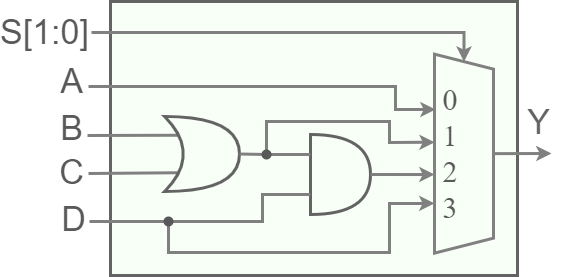
Before: Labs/Pic/multiplexors_3.png, a diagram exported from draw.io (MPSU/exAPS). Source tidied: cells renumbered, new cells last; positions are measured from the earlier drawing's top-left corner, leaving out a move shared by most shapes.
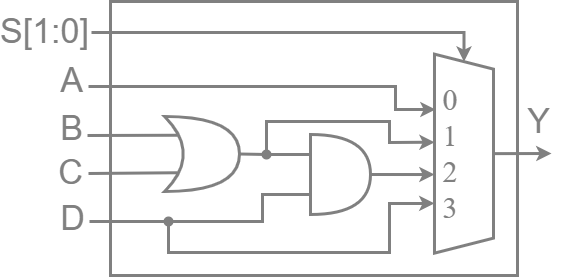
The same diagram one commit later.

Commit message:
Изменены картинки для Multiplexors.md

Diff of the diagram source:
```diff
@@ -2,39 +2,39 @@
   <root>
     <mxCell id="0" />
     <mxCell id="1" parent="0" />
-    <mxCell id="2" style="rounded=0;whiteSpace=wrap;html=1;labelBackgroundColor=none;strokeColor=#636363;strokeWidth=3;fontSize=34;fillColor=#F8FFF7;" parent="1" vertex="1">
+    <mxCell id="2" style="rounded=0;whiteSpace=wrap;html=1;labelBackgroundColor=none;strokeColor=#808080;strokeWidth=3;fontSize=34;fillColor=none;fontColor=#808080;" parent="1" vertex="1">
       <mxGeometry x="23" width="407" height="274" as="geometry" />
     </mxCell>
-    <mxCell id="3" style="shape=trapezoid;perimeter=trapezoidPerimeter;html=1;fixedSize=1;fontSize=12;rotation=90;size=14.999999999999886;fontFamily=Times New Roman;strokeColor=#808080;fontColor=#595959;whiteSpace=wrap;labelBackgroundColor=none;fillColor=none;strokeWidth=3;" parent="1" vertex="1">
+    <mxCell id="3" style="shape=trapezoid;perimeter=trapezoidPerimeter;html=1;fixedSize=1;fontSize=12;rotation=90;size=14.999999999999886;fontFamily=Times New Roman;strokeColor=#808080;fontColor=#808080;whiteSpace=wrap;labelBackgroundColor=none;fillColor=none;strokeWidth=3;" parent="1" vertex="1">
       <mxGeometry x="277" y="122.6" width="199" height="59" as="geometry" />
     </mxCell>
-    <mxCell id="4" value="&lt;font style=&quot;font-size: 30px;&quot;&gt;0&lt;br style=&quot;&quot;&gt;1&lt;br&gt;2&lt;br&gt;3&lt;br&gt;&lt;/font&gt;" style="text;html=1;strokeColor=none;fillColor=none;align=center;verticalAlign=middle;whiteSpace=wrap;rounded=0;fontSize=12;fontFamily=Times New Roman;fontColor=#595959;spacingTop=-1;spacing=-1;spacingLeft=0;strokeWidth=3;" parent="1" vertex="1">
+    <mxCell id="4" value="&lt;font style=&quot;font-size: 30px;&quot;&gt;0&lt;br style=&quot;&quot;&gt;1&lt;br&gt;2&lt;br&gt;3&lt;br&gt;&lt;/font&gt;" style="text;html=1;strokeColor=none;fillColor=none;align=center;verticalAlign=middle;whiteSpace=wrap;rounded=0;fontSize=12;fontFamily=Times New Roman;fontColor=#808080;spacingTop=-1;spacing=-1;spacingLeft=0;strokeWidth=3;" parent="1" vertex="1">
       <mxGeometry x="321" y="130.1" width="84.2" height="44.1" as="geometry" />
     </mxCell>
-    <mxCell id="5" style="endArrow=none;html=1;rounded=0;fontSize=12;startArrow=none;startFill=0;fontFamily=Times New Roman;strokeColor=#808080;fontColor=#595959;strokeWidth=3;exitX=0.175;exitY=0.25;exitDx=0;exitDy=0;exitPerimeter=0;" parent="1" edge="1" source="9">
+    <mxCell id="5" style="endArrow=none;html=1;rounded=0;fontSize=12;startArrow=none;startFill=0;fontFamily=Times New Roman;strokeColor=#808080;fontColor=#808080;strokeWidth=3;exitX=0.175;exitY=0.25;exitDx=0;exitDy=0;exitPerimeter=0;" parent="1" edge="1" source="9">
       <mxGeometry relative="1" as="geometry">
         <mxPoint y="134" as="targetPoint" />
       </mxGeometry>
     </mxCell>
-    <mxCell id="6" value="B" style="edgeLabel;html=1;align=center;verticalAlign=middle;fontColor=#595959;fontSize=34;labelBackgroundColor=none;" parent="5" vertex="1">
+    <mxCell id="6" value="B" style="edgeLabel;html=1;align=center;verticalAlign=middle;fontColor=#808080;fontSize=34;labelBackgroundColor=none;" parent="5" vertex="1">
       <mxGeometry x="0.28" relative="1" as="geometry">
         <mxPoint x="-49" y="-7" as="offset" />
       </mxGeometry>
     </mxCell>
-    <mxCell id="7" style="endArrow=none;html=1;rounded=0;fontSize=12;startArrow=none;startFill=0;fontFamily=Times New Roman;strokeColor=#808080;fontColor=#595959;strokeWidth=3;exitX=0.175;exitY=0.75;exitDx=0;exitDy=0;exitPerimeter=0;" parent="1" edge="1" source="9">
+    <mxCell id="7" style="endArrow=none;html=1;rounded=0;fontSize=12;startArrow=none;startFill=0;fontFamily=Times New Roman;strokeColor=#808080;fontColor=#808080;strokeWidth=3;exitX=0.175;exitY=0.75;exitDx=0;exitDy=0;exitPerimeter=0;" parent="1" edge="1" source="9">
       <mxGeometry relative="1" as="geometry">
         <mxPoint x="1" y="172" as="targetPoint" />
       </mxGeometry>
     </mxCell>
-    <mxCell id="8" value="C" style="edgeLabel;html=1;align=center;verticalAlign=middle;fontColor=#595959;labelBackgroundColor=none;fontSize=34;" parent="7" vertex="1">
+    <mxCell id="8" value="C" style="edgeLabel;html=1;align=center;verticalAlign=middle;fontColor=#808080;labelBackgroundColor=none;fontSize=34;" parent="7" vertex="1">
       <mxGeometry x="0.33" y="1" relative="1" as="geometry">
         <mxPoint x="-48" y="-2" as="offset" />
       </mxGeometry>
     </mxCell>
-    <mxCell id="9" style="shape=xor;whiteSpace=wrap;html=1;fontColor=#595959;strokeWidth=3;strokeColor=#636363;fillColor=none;" parent="1" vertex="1">
+    <mxCell id="9" style="shape=xor;whiteSpace=wrap;html=1;fontColor=#808080;strokeWidth=3;strokeColor=#808080;fillColor=none;" parent="1" vertex="1">
       <mxGeometry x="77" y="115" width="75" height="75" as="geometry" />
     </mxCell>
-    <mxCell id="10" style="endArrow=none;html=1;rounded=0;fontSize=12;startArrow=classic;startFill=1;fontFamily=Times New Roman;strokeColor=#808080;fontColor=#595959;strokeWidth=3;edgeStyle=orthogonalEdgeStyle;exitX=0;exitY=0.5;exitDx=0;exitDy=0;" parent="1" edge="1" source="3">
+    <mxCell id="10" style="endArrow=none;html=1;rounded=0;fontSize=12;startArrow=classic;startFill=1;fontFamily=Times New Roman;strokeColor=#808080;fontColor=#808080;strokeWidth=3;edgeStyle=orthogonalEdgeStyle;exitX=0;exitY=0.5;exitDx=0;exitDy=0;" parent="1" edge="1" source="3">
       <mxGeometry relative="1" as="geometry">
         <mxPoint x="4" y="31" as="targetPoint" />
         <Array as="points">
@@ -42,15 +42,15 @@
         </Array>
       </mxGeometry>
     </mxCell>
-    <mxCell id="11" value="S[1:0]" style="edgeLabel;html=1;align=center;verticalAlign=middle;fontColor=#595959;fontSize=34;labelBackgroundColor=none;" parent="10" vertex="1">
+    <mxCell id="11" value="S[1:0]" style="edgeLabel;html=1;align=center;verticalAlign=middle;fontColor=#808080;fontSize=34;labelBackgroundColor=none;" parent="10" vertex="1">
       <mxGeometry x="0.28" relative="1" as="geometry">
         <mxPoint x="-191" y="-1" as="offset" />
       </mxGeometry>
     </mxCell>
-    <mxCell id="12" style="shape=or;whiteSpace=wrap;html=1;labelBackgroundColor=none;strokeColor=#636363;strokeWidth=3;fontSize=34;fontColor=none;fillColor=none;" parent="1" vertex="1">
+    <mxCell id="12" style="shape=or;whiteSpace=wrap;html=1;labelBackgroundColor=none;strokeColor=#808080;strokeWidth=3;fontSize=34;fontColor=#808080;fillColor=none;" parent="1" vertex="1">
       <mxGeometry x="223" y="133" width="60" height="80" as="geometry" />
     </mxCell>
-    <mxCell id="13" style="endArrow=none;html=1;rounded=0;fontSize=12;startArrow=none;startFill=0;fontFamily=Times New Roman;strokeColor=#808080;fontColor=#595959;strokeWidth=3;exitX=0;exitY=0.75;exitDx=0;exitDy=0;exitPerimeter=0;edgeStyle=orthogonalEdgeStyle;" parent="1" edge="1" source="12">
+    <mxCell id="13" style="endArrow=none;html=1;rounded=0;fontSize=12;startArrow=none;startFill=0;fontFamily=Times New Roman;strokeColor=#808080;fontColor=#808080;strokeWidth=3;exitX=0;exitY=0.75;exitDx=0;exitDy=0;exitPerimeter=0;edgeStyle=orthogonalEdgeStyle;" parent="1" edge="1" source="12">
       <mxGeometry relative="1" as="geometry">
         <mxPoint x="2" y="220" as="targetPoint" />
         <Array as="points">
@@ -59,18 +59,18 @@
         </Array>
       </mxGeometry>
     </mxCell>
-    <mxCell id="14" value="D" style="edgeLabel;html=1;align=center;verticalAlign=middle;fontColor=#595959;fontSize=34;labelBackgroundColor=none;" parent="13" vertex="1">
+    <mxCell id="14" value="D" style="edgeLabel;html=1;align=center;verticalAlign=middle;fontColor=#808080;fontSize=34;labelBackgroundColor=none;" parent="13" vertex="1">
       <mxGeometry x="0.28" relative="1" as="geometry">
         <mxPoint x="-106" y="-3" as="offset" />
       </mxGeometry>
     </mxCell>
-    <mxCell id="15" style="endArrow=none;html=1;rounded=0;fontSize=12;startArrow=none;startFill=0;fontFamily=Times New Roman;strokeColor=#808080;fontColor=#595959;strokeWidth=3;exitDx=0;exitDy=0;exitPerimeter=0;entryX=1;entryY=0.5;entryDx=0;entryDy=0;entryPerimeter=0;" parent="1" edge="1" source="21" target="9">
+    <mxCell id="15" style="endArrow=none;html=1;rounded=0;fontSize=12;startArrow=none;startFill=0;fontFamily=Times New Roman;strokeColor=#808080;fontColor=#808080;strokeWidth=3;exitDx=0;exitDy=0;exitPerimeter=0;entryX=1;entryY=0.5;entryDx=0;entryDy=0;entryPerimeter=0;" parent="1" edge="1" source="21" target="9">
       <mxGeometry relative="1" as="geometry" />
     </mxCell>
-    <mxCell id="16" style="endArrow=none;html=1;rounded=0;fontSize=12;startArrow=classic;startFill=1;fontFamily=Times New Roman;strokeColor=#808080;fontColor=#595959;strokeWidth=3;entryX=1;entryY=0.5;entryDx=0;entryDy=0;entryPerimeter=0;exitX=0.605;exitY=1;exitDx=0;exitDy=0;exitPerimeter=0;" parent="1" edge="1" source="3" target="12">
+    <mxCell id="16" style="endArrow=none;html=1;rounded=0;fontSize=12;startArrow=classic;startFill=1;fontFamily=Times New Roman;strokeColor=#808080;fontColor=#808080;strokeWidth=3;entryX=1;entryY=0.5;entryDx=0;entryDy=0;entryPerimeter=0;exitX=0.605;exitY=1;exitDx=0;exitDy=0;exitPerimeter=0;" parent="1" edge="1" source="3" target="12">
       <mxGeometry relative="1" as="geometry" />
     </mxCell>
-    <mxCell id="17" style="endArrow=none;html=1;rounded=0;fontSize=12;startArrow=classic;startFill=1;fontFamily=Times New Roman;strokeColor=#808080;fontColor=#595959;strokeWidth=3;exitX=0.75;exitY=1;exitDx=0;exitDy=0;edgeStyle=orthogonalEdgeStyle;entryX=0.441;entryY=0.797;entryDx=0;entryDy=0;entryPerimeter=0;" parent="1" edge="1" source="3" target="18">
+    <mxCell id="17" style="endArrow=none;html=1;rounded=0;fontSize=12;startArrow=classic;startFill=1;fontFamily=Times New Roman;strokeColor=#808080;fontColor=#808080;strokeWidth=3;exitX=0.75;exitY=1;exitDx=0;exitDy=0;edgeStyle=orthogonalEdgeStyle;entryX=0.441;entryY=0.797;entryDx=0;entryDy=0;entryPerimeter=0;" parent="1" edge="1" source="3" target="18">
       <mxGeometry relative="1" as="geometry">
         <Array as="points">
           <mxPoint x="302" y="202" />
@@ -79,13 +79,13 @@
         </Array>
       </mxGeometry>
     </mxCell>
-    <mxCell id="18" style="shape=waypoint;sketch=0;size=6;points=[];fillColor=none;perimeter=centerPerimeter;snapToPoint=1;labelBackgroundColor=none;strokeColor=#595959;strokeWidth=3;fontSize=34;fontColor=none;" parent="1" vertex="1">
+    <mxCell id="18" style="shape=waypoint;sketch=0;size=6;points=[];fillColor=none;perimeter=centerPerimeter;snapToPoint=1;labelBackgroundColor=none;strokeColor=#808080;strokeWidth=3;fontSize=34;fontColor=#808080;" parent="1" vertex="1">
       <mxGeometry x="71" y="210" width="20" height="20" as="geometry" />
     </mxCell>
-    <mxCell id="19" style="endArrow=none;html=1;rounded=0;fontSize=12;startArrow=none;startFill=0;fontFamily=Times New Roman;strokeColor=#808080;fontColor=#595959;strokeWidth=3;exitX=0;exitY=0.25;exitDx=0;exitDy=0;exitPerimeter=0;entryDx=0;entryDy=0;entryPerimeter=0;" parent="1" edge="1" source="12" target="21">
+    <mxCell id="19" style="endArrow=none;html=1;rounded=0;fontSize=12;startArrow=none;startFill=0;fontFamily=Times New Roman;strokeColor=#808080;fontColor=#808080;strokeWidth=3;exitX=0;exitY=0.25;exitDx=0;exitDy=0;exitPerimeter=0;entryDx=0;entryDy=0;entryPerimeter=0;" parent="1" edge="1" source="12" target="21">
       <mxGeometry relative="1" as="geometry" />
     </mxCell>
-    <mxCell id="20" style="endArrow=none;html=1;rounded=0;fontSize=12;startArrow=classic;startFill=1;fontFamily=Times New Roman;strokeColor=#808080;fontColor=#595959;strokeWidth=3;exitX=0.443;exitY=0.997;exitDx=0;exitDy=0;edgeStyle=orthogonalEdgeStyle;exitPerimeter=0;" parent="1" edge="1" source="3">
+    <mxCell id="20" style="endArrow=none;html=1;rounded=0;fontSize=12;startArrow=classic;startFill=1;fontFamily=Times New Roman;strokeColor=#808080;fontColor=#808080;strokeWidth=3;exitX=0.443;exitY=0.997;exitDx=0;exitDy=0;edgeStyle=orthogonalEdgeStyle;exitPerimeter=0;" parent="1" edge="1" source="3">
       <mxGeometry relative="1" as="geometry">
         <mxPoint x="179" y="151" as="targetPoint" />
         <Array as="points">
@@ -96,10 +96,10 @@
         </Array>
       </mxGeometry>
     </mxCell>
-    <mxCell id="21" style="shape=waypoint;sketch=0;size=6;points=[];fillColor=none;perimeter=centerPerimeter;snapToPoint=1;labelBackgroundColor=none;strokeColor=#595959;strokeWidth=3;fontSize=34;fontColor=none;" parent="1" vertex="1">
+    <mxCell id="21" style="shape=waypoint;sketch=0;size=6;points=[];fillColor=none;perimeter=centerPerimeter;snapToPoint=1;labelBackgroundColor=none;strokeColor=#808080;strokeWidth=3;fontSize=34;fontColor=#808080;" parent="1" vertex="1">
       <mxGeometry x="169" y="143" width="20" height="20" as="geometry" />
     </mxCell>
-    <mxCell id="22" style="endArrow=none;html=1;rounded=0;fontSize=12;startArrow=classic;startFill=1;fontFamily=Times New Roman;strokeColor=#808080;fontColor=#595959;strokeWidth=3;exitX=0.275;exitY=0.997;exitDx=0;exitDy=0;exitPerimeter=0;edgeStyle=orthogonalEdgeStyle;" parent="1" edge="1">
+    <mxCell id="22" style="endArrow=none;html=1;rounded=0;fontSize=12;startArrow=classic;startFill=1;fontFamily=Times New Roman;strokeColor=#808080;fontColor=#808080;strokeWidth=3;exitX=0.275;exitY=0.997;exitDx=0;exitDy=0;exitPerimeter=0;edgeStyle=orthogonalEdgeStyle;" parent="1" edge="1">
       <mxGeometry relative="1" as="geometry">
         <mxPoint x="348" y="108" as="sourcePoint" />
         <mxPoint x="1" y="85" as="targetPoint" />
@@ -110,17 +110,17 @@
         </Array>
       </mxGeometry>
     </mxCell>
-    <mxCell id="23" value="A" style="edgeLabel;html=1;align=center;verticalAlign=middle;fontColor=#595959;fontSize=34;labelBackgroundColor=none;" parent="22" vertex="1">
+    <mxCell id="23" value="A" style="edgeLabel;html=1;align=center;verticalAlign=middle;fontColor=#808080;fontSize=34;labelBackgroundColor=none;" parent="22" vertex="1">
       <mxGeometry x="0.28" relative="1" as="geometry">
         <mxPoint x="-150" y="-6" as="offset" />
       </mxGeometry>
     </mxCell>
-    <mxCell id="24" style="endArrow=none;html=1;rounded=0;fontSize=12;startArrow=classic;startFill=1;fontFamily=Times New Roman;strokeColor=#808080;fontColor=#595959;strokeWidth=3;entryX=0.5;entryY=0;entryDx=0;entryDy=0;" parent="1" edge="1" target="3">
+    <mxCell id="24" style="endArrow=none;html=1;rounded=0;fontSize=12;startArrow=classic;startFill=1;fontFamily=Times New Roman;strokeColor=#808080;fontColor=#808080;strokeWidth=3;entryX=0.5;entryY=0;entryDx=0;entryDy=0;" parent="1" edge="1" target="3">
       <mxGeometry relative="1" as="geometry">
         <mxPoint x="464" y="152" as="sourcePoint" />
       </mxGeometry>
     </mxCell>
-    <mxCell id="25" value="Y" style="edgeLabel;html=1;align=center;verticalAlign=middle;fontSize=34;fontColor=#636363;labelBackgroundColor=none;" parent="24" vertex="1">
+    <mxCell id="25" value="Y" style="edgeLabel;html=1;align=center;verticalAlign=middle;fontSize=34;fontColor=#808080;labelBackgroundColor=none;" parent="24" vertex="1">
       <mxGeometry x="0.38" y="-1" relative="1" as="geometry">
         <mxPoint x="27" y="-31" as="offset" />
       </mxGeometry>
```
